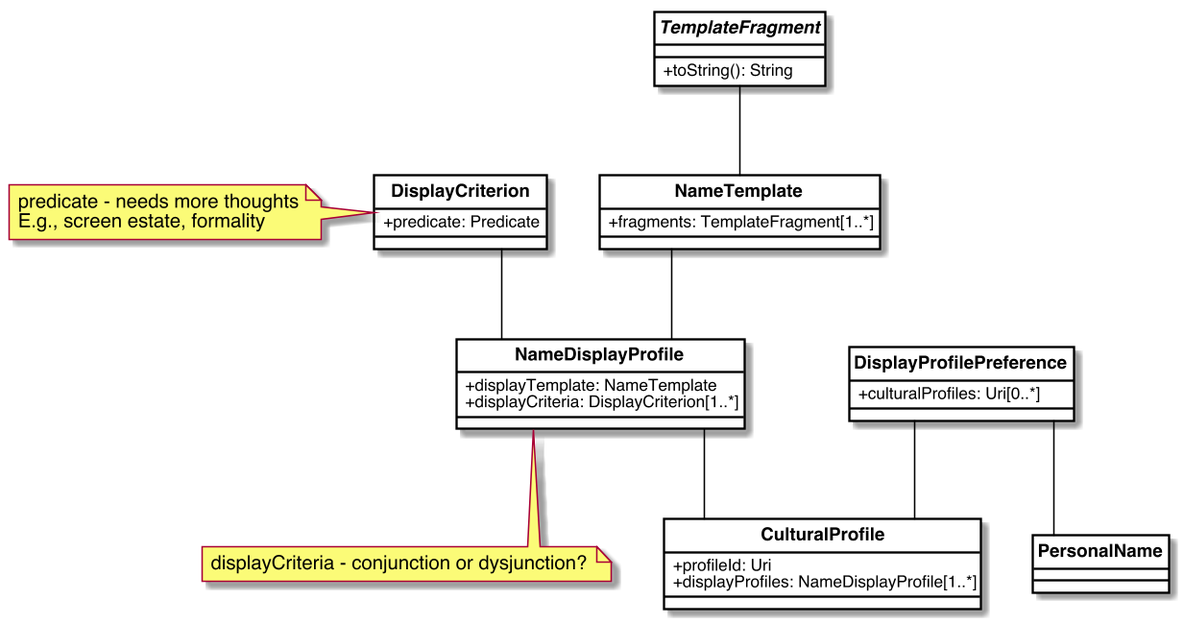
CalConnect/cc-name-models keeps this PlantUML diagram as sources/images/display-profile.png. Above is the earlier version.
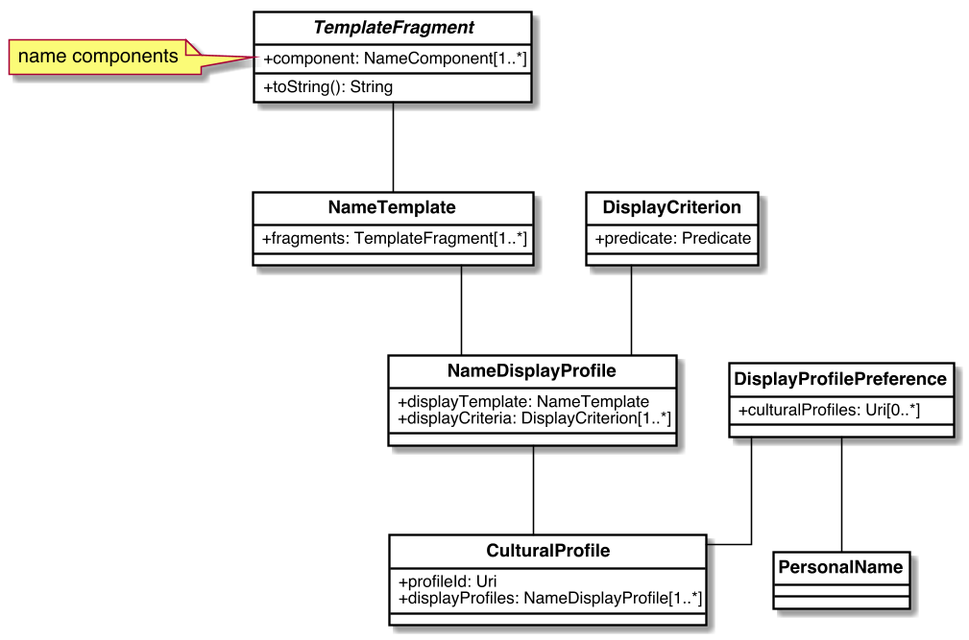
The same file after the commit.

The edit, as a diff of the source:
```diff
@@ -42,7 +42,9 @@
 
 interface TemplateFragment {
   +toString(): String
+  +component: NameComponent[1..*]
 }
+note left of TemplateFragment: name components
 
 TemplateFragment -- NameTemplate
 
@@ -53,16 +55,11 @@
 class DisplayCriterion {
   +predicate: Predicate
 }
-note left of DisplayCriterion
-  predicate - needs more thoughts
-  E.g., screen estate, formality
-end note
 
 class NameDisplayProfile {
   +displayTemplate: NameTemplate
   +displayCriteria: DisplayCriterion[1..*]
 }
-note bottom: displayCriteria - conjunction or dysjunction?
 
 DisplayCriterion -- NameDisplayProfile
 NameTemplate -- NameDisplayProfile
```
